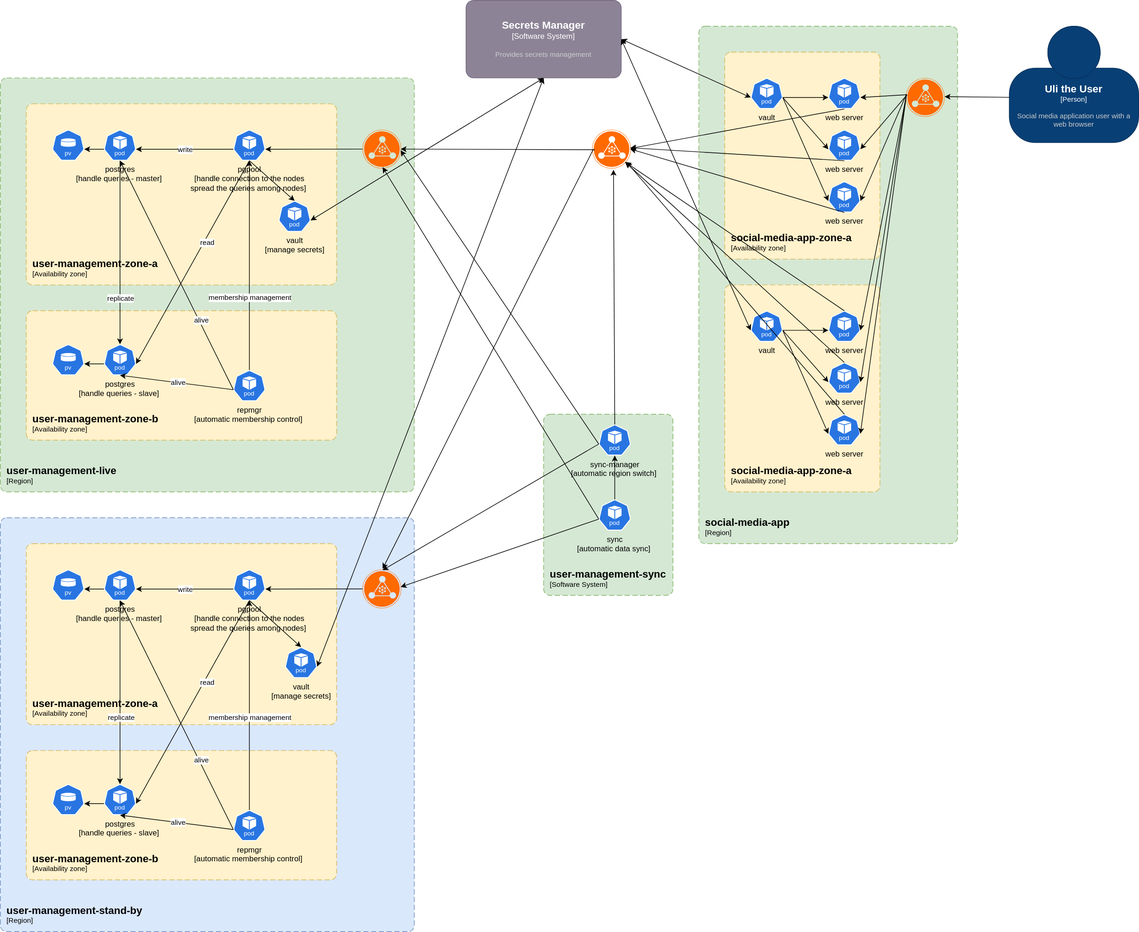
Before: docs/diagrams/deployment-diagram.drawio.svg, a diagram exported from draw.io (andrei-gavrila/DDB). Source tidied: cells renumbered, new cells last; positions are measured from the earlier drawing's top-left corner, leaving out a move shared by most shapes.
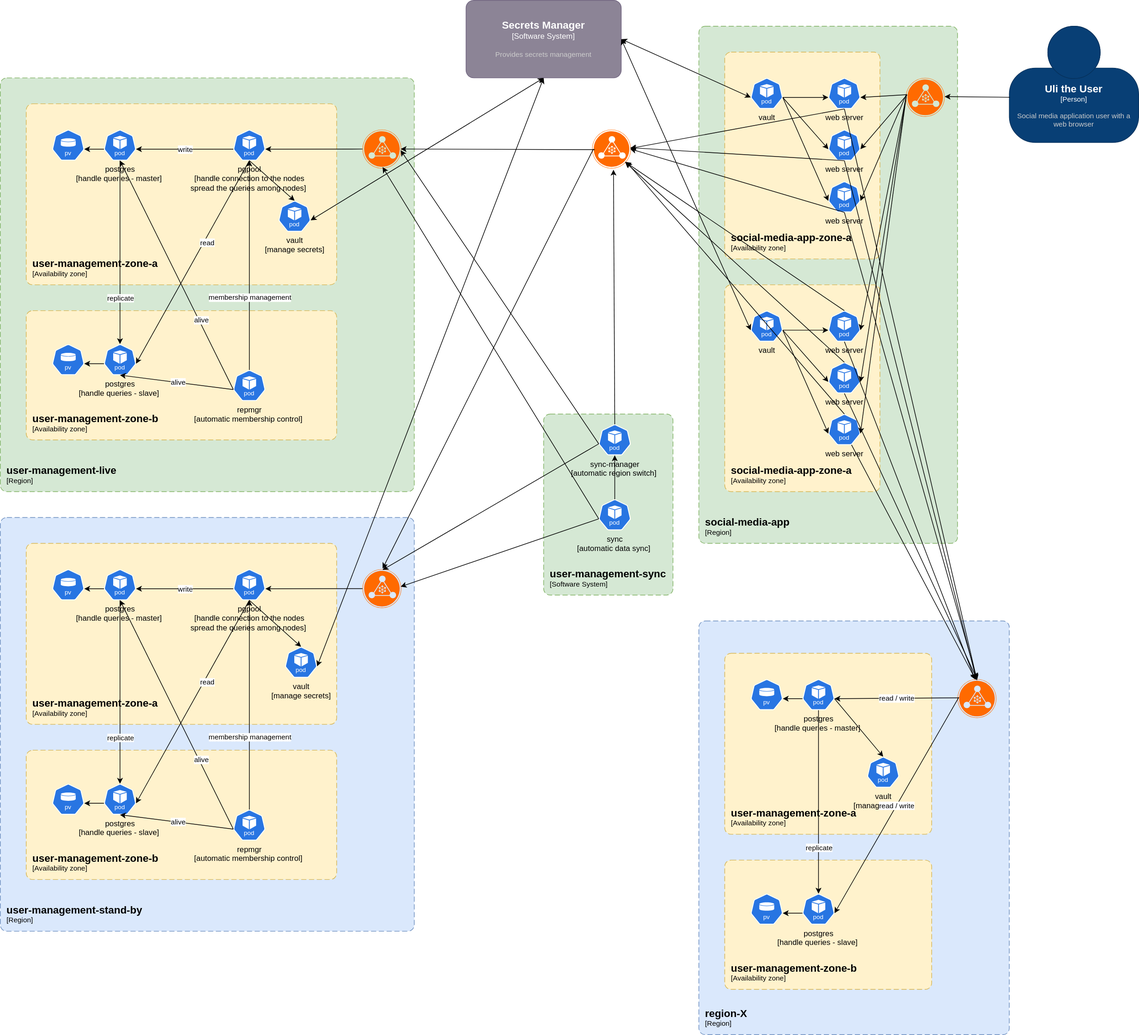
The same diagram one commit later.

Diff of the diagram source:
```diff
@@ -195,14 +195,16 @@
     </mxCell>
     <mxCell id="55" value="membership management" style="edgeLabel;html=1;align=center;verticalAlign=middle;" parent="54" vertex="1">
       <mxGeometry x="-0.21" y="-2" relative="1" as="geometry">
-        <mxPoint x="-2" y="-16" as="offset" />
+        <mxPoint x="-2" y="15" as="offset" />
       </mxGeometry>
     </mxCell>
     <mxCell id="56" style="endArrow=classic;html=1;rounded=0;exitX=0.5;exitY=1;exitDx=0;exitDy=0;exitPerimeter=0;entryX=0.5;entryY=0;entryDx=0;entryDy=0;entryPerimeter=0;" parent="1" edge="1" source="38" target="40">
       <mxGeometry relative="1" as="geometry" />
     </mxCell>
     <mxCell id="57" value="replicate" style="edgeLabel;html=1;align=center;verticalAlign=middle;" parent="56" vertex="1">
-      <mxGeometry x="0.27" y="1" relative="1" as="geometry" />
+      <mxGeometry x="0.27" y="1" relative="1" as="geometry">
+        <mxPoint x="-1" y="32" as="offset" />
+      </mxGeometry>
     </mxCell>
     <mxCell id="58" style="endArrow=classic;html=1;rounded=0;entryX=0.517;entryY=-0.017;entryDx=0;entryDy=0;entryPerimeter=0;exitX=0.033;exitY=0.5;exitDx=0;exitDy=0;exitPerimeter=0;" parent="1" edge="1" source="34" target="41">
       <mxGeometry relative="1" as="geometry" />
@@ -349,5 +351,87 @@
     <mxCell id="104" style="endArrow=classic;html=1;rounded=0;entryX=1;entryY=0.483;entryDx=0;entryDy=0;entryPerimeter=0;exitX=0.005;exitY=0.611;exitDx=0;exitDy=0;exitPerimeter=0;" parent="1" edge="1" source="103" target="74">
       <mxGeometry relative="1" as="geometry" />
     </mxCell>
+    <object id="105" label="&lt;font style=&quot;font-size: 16px&quot;&gt;&lt;b&gt;&lt;div style=&quot;text-align: left&quot;&gt;%c4Name%&lt;/div&gt;&lt;/b&gt;&lt;/font&gt;&lt;div style=&quot;text-align: left&quot;&gt;[%c4Application%]&lt;/div&gt;" c4Application="Region" c4Name="region-X" c4Type="SystemScopeBoundary" placeholders="1">
+      <mxCell style="rounded=1;fontSize=11;whiteSpace=wrap;html=1;dashed=1;arcSize=20;fillColor=#dae8fc;strokeColor=#6c8ebf;labelBackgroundColor=none;align=left;verticalAlign=bottom;labelBorderColor=none;spacingTop=0;spacing=10;dashPattern=8 4;perimeter=rectanglePerimeter;noLabel=0;labelPadding=0;absoluteArcSize=1;" parent="1" vertex="1">
+        <mxGeometry x="1080" y="960" width="480" height="640" as="geometry" />
+      </mxCell>
+    </object>
+    <object id="106" label="&lt;font style=&quot;font-size: 16px&quot;&gt;&lt;b&gt;&lt;div style=&quot;text-align: left&quot;&gt;%c4Name%&lt;/div&gt;&lt;/b&gt;&lt;/font&gt;&lt;div style=&quot;text-align: left&quot;&gt;[%c4Application%]&lt;/div&gt;" c4Application="Availability zone" c4Name="user-management-zone-b" c4Type="SystemScopeBoundary" placeholders="1">
+      <mxCell style="rounded=1;fontSize=11;whiteSpace=wrap;html=1;dashed=1;arcSize=20;fillColor=#fff2cc;strokeColor=#d6b656;labelBackgroundColor=none;align=left;verticalAlign=bottom;labelBorderColor=none;spacingTop=0;spacing=10;dashPattern=8 4;perimeter=rectanglePerimeter;noLabel=0;labelPadding=0;absoluteArcSize=1;" parent="1" vertex="1">
+        <mxGeometry x="1120" y="1330" width="320" height="200" as="geometry" />
+      </mxCell>
+    </object>
+    <object id="107" label="&lt;font style=&quot;font-size: 16px&quot;&gt;&lt;b&gt;&lt;div style=&quot;text-align: left&quot;&gt;%c4Name%&lt;/div&gt;&lt;/b&gt;&lt;/font&gt;&lt;div style=&quot;text-align: left&quot;&gt;[%c4Application%]&lt;/div&gt;" c4Application="Availability zone" c4Name="user-management-zone-a" c4Type="SystemScopeBoundary" placeholders="1">
+      <mxCell style="rounded=1;fontSize=11;whiteSpace=wrap;html=1;dashed=1;arcSize=20;fillColor=#fff2cc;strokeColor=#d6b656;labelBackgroundColor=none;align=left;verticalAlign=bottom;labelBorderColor=none;spacingTop=0;spacing=10;dashPattern=8 4;perimeter=rectanglePerimeter;noLabel=0;labelPadding=0;absoluteArcSize=1;" parent="1" vertex="1">
+        <mxGeometry x="1120" y="1010" width="320" height="280" as="geometry" />
+      </mxCell>
+    </object>
+    <mxCell id="108" style="sketch=0;html=1;dashed=0;whitespace=wrap;verticalLabelPosition=bottom;verticalAlign=top;fillColor=#2875E2;strokeColor=#ffffff;points=[[0.005,0.63,0],[0.1,0.2,0],[0.9,0.2,0],[0.5,0,0],[0.995,0.63,0],[0.72,0.99,0],[0.5,1,0],[0.28,0.99,0]];shape=mxgraph.kubernetes.icon2;kubernetesLabel=1;prIcon=pv;" parent="1" vertex="1">
+      <mxGeometry x="1160" y="1050" width="50" height="48" as="geometry" />
+    </mxCell>
+    <mxCell id="109" value="postgres&lt;div&gt;&lt;div&gt;[handle queries - master]&amp;nbsp;&lt;/div&gt;&lt;/div&gt;" style="sketch=0;html=1;dashed=0;whitespace=wrap;verticalLabelPosition=bottom;verticalAlign=top;fillColor=#2875E2;strokeColor=#ffffff;points=[[0.005,0.63,0],[0.1,0.2,0],[0.9,0.2,0],[0.5,0,0],[0.995,0.63,0],[0.72,0.99,0],[0.5,1,0],[0.28,0.99,0]];shape=mxgraph.kubernetes.icon2;kubernetesLabel=1;prIcon=pod;" parent="1" vertex="1">
+      <mxGeometry x="1240" y="1050" width="50" height="48" as="geometry" />
+    </mxCell>
+    <mxCell id="110" style="sketch=0;html=1;dashed=0;whitespace=wrap;verticalLabelPosition=bottom;verticalAlign=top;fillColor=#2875E2;strokeColor=#ffffff;points=[[0.005,0.63,0],[0.1,0.2,0],[0.9,0.2,0],[0.5,0,0],[0.995,0.63,0],[0.72,0.99,0],[0.5,1,0],[0.28,0.99,0]];shape=mxgraph.kubernetes.icon2;kubernetesLabel=1;prIcon=pv;" parent="1" vertex="1">
+      <mxGeometry x="1160" y="1381.8" width="50" height="48" as="geometry" />
+    </mxCell>
+    <mxCell id="111" value="postgres&lt;div&gt;&lt;div&gt;[handle queries - slave]&amp;nbsp;&lt;/div&gt;&lt;/div&gt;" style="sketch=0;html=1;dashed=0;whitespace=wrap;verticalLabelPosition=bottom;verticalAlign=top;fillColor=#2875E2;strokeColor=#ffffff;points=[[0.005,0.63,0],[0.1,0.2,0],[0.9,0.2,0],[0.5,0,0],[0.995,0.63,0],[0.72,0.99,0],[0.5,1,0],[0.28,0.99,0]];shape=mxgraph.kubernetes.icon2;kubernetesLabel=1;prIcon=pod;" parent="1" vertex="1">
+      <mxGeometry x="1240" y="1381.8" width="50" height="48" as="geometry" />
+    </mxCell>
+    <mxCell id="112" style="points=[];html=1;align=center;shadow=0;dashed=0;fillColor=#FF6A00;strokeColor=none;shape=mxgraph.alibaba_cloud.nlb_network_load_balancer_02;" parent="1" vertex="1">
+      <mxGeometry x="1480" y="1050" width="60" height="60" as="geometry" />
+    </mxCell>
+    <mxCell id="113" style="endArrow=classic;html=1;rounded=0;exitX=0.033;exitY=0.483;exitDx=0;exitDy=0;exitPerimeter=0;entryX=0.995;entryY=0.63;entryDx=0;entryDy=0;entryPerimeter=0;" parent="1" edge="1" source="112" target="109">
+      <mxGeometry relative="1" as="geometry" />
+    </mxCell>
+    <mxCell id="114" value="read / write" style="edgeLabel;html=1;align=center;verticalAlign=middle;" parent="113" vertex="1">
+      <mxGeometry relative="1" as="geometry" />
+    </mxCell>
+    <mxCell id="115" style="endArrow=classic;html=1;rounded=0;exitX=0.005;exitY=0.63;exitDx=0;exitDy=0;exitPerimeter=0;entryX=0.995;entryY=0.63;entryDx=0;entryDy=0;entryPerimeter=0;" parent="1" edge="1" source="109" target="108">
+      <mxGeometry relative="1" as="geometry" />
+    </mxCell>
+    <mxCell id="116" style="endArrow=classic;html=1;rounded=0;exitX=0.005;exitY=0.63;exitDx=0;exitDy=0;exitPerimeter=0;entryX=0.995;entryY=0.63;entryDx=0;entryDy=0;entryPerimeter=0;" parent="1" edge="1" source="111" target="110">
+      <mxGeometry relative="1" as="geometry" />
+    </mxCell>
+    <mxCell id="117" style="endArrow=classic;html=1;rounded=0;exitX=0.5;exitY=1;exitDx=0;exitDy=0;exitPerimeter=0;entryX=0.5;entryY=0;entryDx=0;entryDy=0;entryPerimeter=0;" parent="1" edge="1" source="109" target="111">
+      <mxGeometry relative="1" as="geometry" />
+    </mxCell>
+    <mxCell id="118" value="replicate" style="edgeLabel;html=1;align=center;verticalAlign=middle;" parent="117" vertex="1">
+      <mxGeometry x="0.27" y="1" relative="1" as="geometry">
+        <mxPoint x="-1" y="32" as="offset" />
+      </mxGeometry>
+    </mxCell>
+    <mxCell id="119" value="vault&lt;div&gt;[manage secrets]&lt;/div&gt;" style="sketch=0;html=1;dashed=0;whitespace=wrap;verticalLabelPosition=bottom;verticalAlign=top;fillColor=#2875E2;strokeColor=#ffffff;points=[[0.005,0.63,0],[0.1,0.2,0],[0.9,0.2,0],[0.5,0,0],[0.995,0.63,0],[0.72,0.99,0],[0.5,1,0],[0.28,0.99,0]];shape=mxgraph.kubernetes.icon2;kubernetesLabel=1;prIcon=pod;" parent="1" vertex="1">
+      <mxGeometry x="1340" y="1170" width="50" height="48" as="geometry" />
+    </mxCell>
+    <mxCell id="120" style="endArrow=classic;html=1;rounded=0;entryX=0.5;entryY=0;entryDx=0;entryDy=0;entryPerimeter=0;exitX=0.995;exitY=0.63;exitDx=0;exitDy=0;exitPerimeter=0;" parent="1" edge="1" source="109" target="119">
+      <mxGeometry relative="1" as="geometry" />
+    </mxCell>
+    <mxCell id="121" style="endArrow=classic;html=1;rounded=0;exitX=0.033;exitY=0.467;exitDx=0;exitDy=0;exitPerimeter=0;entryX=0.995;entryY=0.63;entryDx=0;entryDy=0;entryPerimeter=0;" parent="1" edge="1" source="112" target="111">
+      <mxGeometry relative="1" as="geometry" />
+    </mxCell>
+    <mxCell id="122" value="read / write" style="edgeLabel;html=1;align=center;verticalAlign=middle;" parent="121" vertex="1">
+      <mxGeometry relative="1" as="geometry" />
+    </mxCell>
+    <mxCell id="123" style="endArrow=classic;html=1;rounded=0;exitX=0.72;exitY=0.99;exitDx=0;exitDy=0;exitPerimeter=0;entryX=0.467;entryY=0.017;entryDx=0;entryDy=0;entryPerimeter=0;" parent="1" edge="1" source="89" target="112">
+      <mxGeometry relative="1" as="geometry" />
+    </mxCell>
+    <mxCell id="124" style="endArrow=classic;html=1;rounded=0;exitX=0.5;exitY=1;exitDx=0;exitDy=0;exitPerimeter=0;" parent="1" edge="1" source="90">
+      <mxGeometry relative="1" as="geometry">
+        <mxPoint x="1510" y="1050" as="targetPoint" />
+      </mxGeometry>
+    </mxCell>
+    <mxCell id="125" style="endArrow=classic;html=1;rounded=0;exitX=0.5;exitY=1;exitDx=0;exitDy=0;exitPerimeter=0;entryX=0.45;entryY=0;entryDx=0;entryDy=0;entryPerimeter=0;" parent="1" edge="1" source="91" target="112">
+      <mxGeometry relative="1" as="geometry" />
+    </mxCell>
+    <mxCell id="126" style="endArrow=classic;html=1;rounded=0;exitX=0.5;exitY=1;exitDx=0;exitDy=0;exitPerimeter=0;entryX=0.5;entryY=0;entryDx=0;entryDy=0;entryPerimeter=0;" parent="1" edge="1" source="75" target="112">
+      <mxGeometry relative="1" as="geometry" />
+    </mxCell>
+    <mxCell id="127" style="endArrow=classic;html=1;rounded=0;exitX=0.5;exitY=1;exitDx=0;exitDy=0;exitPerimeter=0;entryX=0.483;entryY=0;entryDx=0;entryDy=0;entryPerimeter=0;" parent="1" edge="1" source="76" target="112">
+      <mxGeometry relative="1" as="geometry" />
+    </mxCell>
+    <mxCell id="128" style="endArrow=classic;html=1;rounded=0;exitX=0.5;exitY=1;exitDx=0;exitDy=0;exitPerimeter=0;entryX=0.5;entryY=0.033;entryDx=0;entryDy=0;entryPerimeter=0;" parent="1" edge="1" source="77" target="112">
+      <mxGeometry relative="1" as="geometry" />
+    </mxCell>
   </root>
 </mxGraphModel>
```
